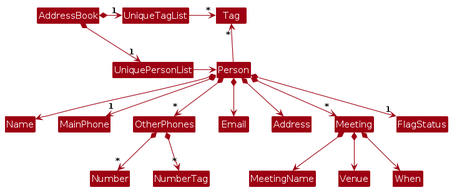
This is diagrams/BetterModelClassDiagram.png from AY2526S1-CS2103-F10-1/tp, a PlantUML export, as it was before one commit. Its source is kept beside it as diagrams/BetterModelClassDiagram.puml.
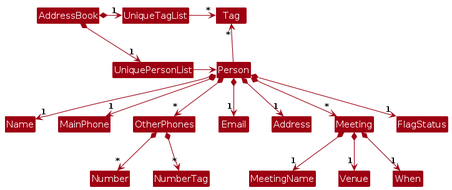
The same diagram one commit later.

The edit, as a diff of the source:
```diff
@@ -14,16 +14,16 @@
 
 Person -up-> "*" Tag
 
-Person *--> Name
+Person *--> "1" Name
 Person *--> "1" MainPhone
 Person *--> "*" OtherPhones
-Person *--> Email
-Person *--> Address
+Person *--> "1" Email
+Person *--> "1" Address
 Person *--> "*" Meeting
 Person *--> "1" FlagStatus
-Meeting *--> MeetingName
-Meeting *--> Venue
-Meeting *--> When
+Meeting *--> "1" MeetingName
+Meeting *--> "1" Venue
+Meeting *--> "1" When
 
 OtherPhones *--> "*" Number
 OtherPhones *--> "*" NumberTag
```
